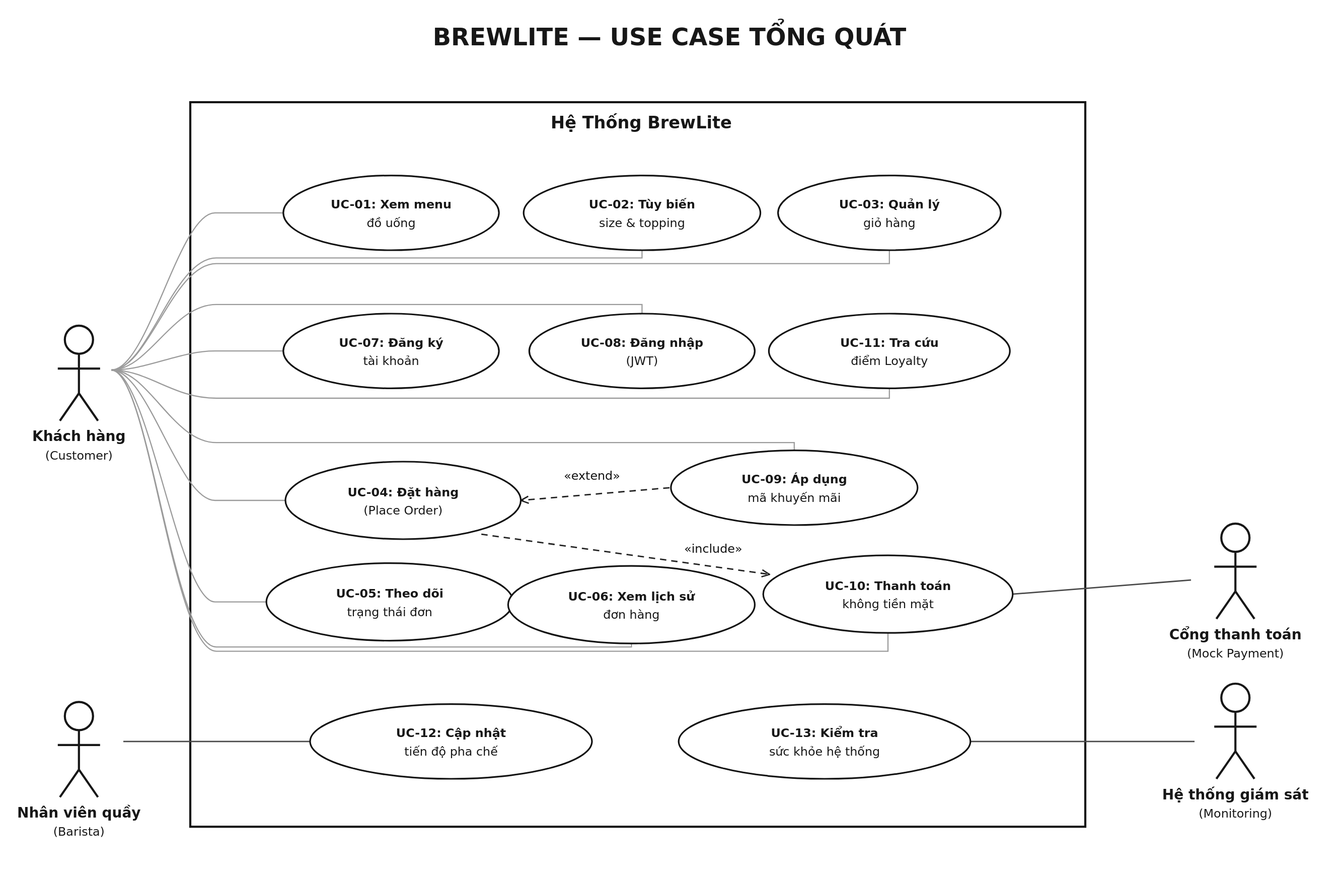
vohuunghiaah/brewlite keeps this PlantUML diagram as docs/requirements/use-case-overview.svg. Above is the earlier version. Its source is kept beside it as docs/requirements/use-case-overview.puml. The source it was exported from:
```plantuml
@startuml brewlite-system-usecases

skinparam monochrome true
skinparam shadowing false
skinparam defaultFontName Arial
skinparam linetype ortho
skinparam roundCorner 0
skinparam usecase {
    BackgroundColor White
    BorderColor Black
    ArrowColor Black
}
left to right direction

title BREWLITE — USE CASE TỔNG QUÁT

actor "Khách hàng\n(Customer)" as Customer
actor "Nhân viên quầy\n(Barista)" as Barista
actor "Cổng Thanh Toán\n(Mock Payment)" as PaymentGateway
actor "Hệ thống Giám sát\n(Monitoring)" as Monitor

rectangle "Hệ Thống BrewLite" {
    usecase "UC-01: Xem menu\nđồ uống" as UC1
    usecase "UC-02: Tùy biến\nsize & topping" as UC2
    usecase "UC-03: Quản lý\ngiỏ hàng" as UC3

    usecase "UC-07: Đăng ký\ntài khoản" as UC7
    usecase "UC-08: Đăng nhập\n(JWT)" as UC8
    usecase "UC-11: Tra cứu\nđiểm Loyalty" as UC11

    usecase "UC-04: Đặt hàng\n(Place Order)" as UC4
    usecase "UC-09: Áp dụng\nmã khuyến mãi" as UC9
    usecase "UC-10: Thanh toán\nkhông tiền mặt" as UC10
    usecase "UC-05: Theo dõi\ntrạng thái đơn" as UC5
    usecase "UC-06: Xem lịch sử\nđơn hàng" as UC6

    usecase "UC-12: Cập nhật\ntiến độ pha chế" as UC12
    usecase "UC-13: Kiểm tra\nsức khỏe hệ thống" as UC13
}

Customer -- UC1
Customer -- UC2
Customer -- UC3
Customer -- UC7
Customer -- UC8
Customer -- UC4
Customer -- UC5
Customer -- UC6
Customer -- UC9
Customer -- UC10
Customer -- UC11

UC4 ..> UC10 : <<include>>
UC9 ..> UC4 : <<extend>>

PaymentGateway -- UC10
Barista -- UC12
Monitor -- UC13

@enduml
```
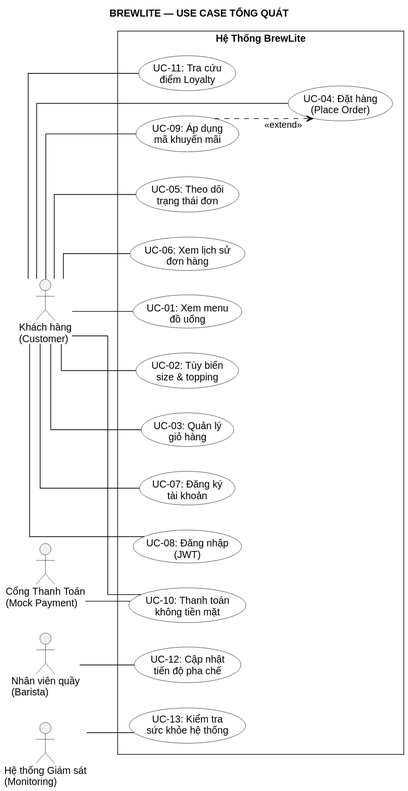
Above is the later version.

The edit, as a diff of the source:
```diff
@@ -50,7 +50,6 @@
 Customer -- UC10
 Customer -- UC11
 
-UC4 ..> UC10 : <<include>>
 UC9 ..> UC4 : <<extend>>
 
 PaymentGateway -- UC10
```
